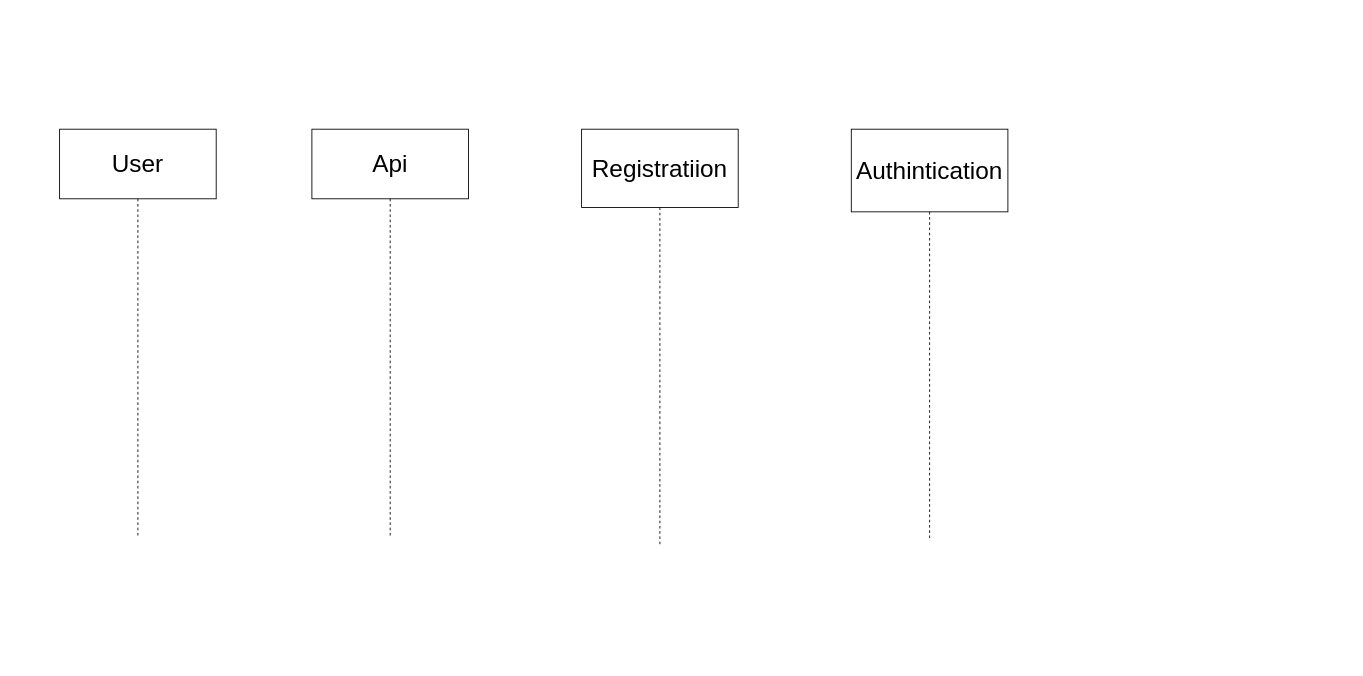
This is page "Page-1" (1 of 3) of sequencediagram.drawio from Fatema-A-Ferdaus/se231, a draw.io file, before an edit. Source tidied: cells renumbered, new cells numbered last; positions are measured from the earlier drawing's top-left corner, leaving out a move shared by most shapes. Both pictures are drawn from the tidied source at 87%, with x=0, y=0 at pixel (59, 129).
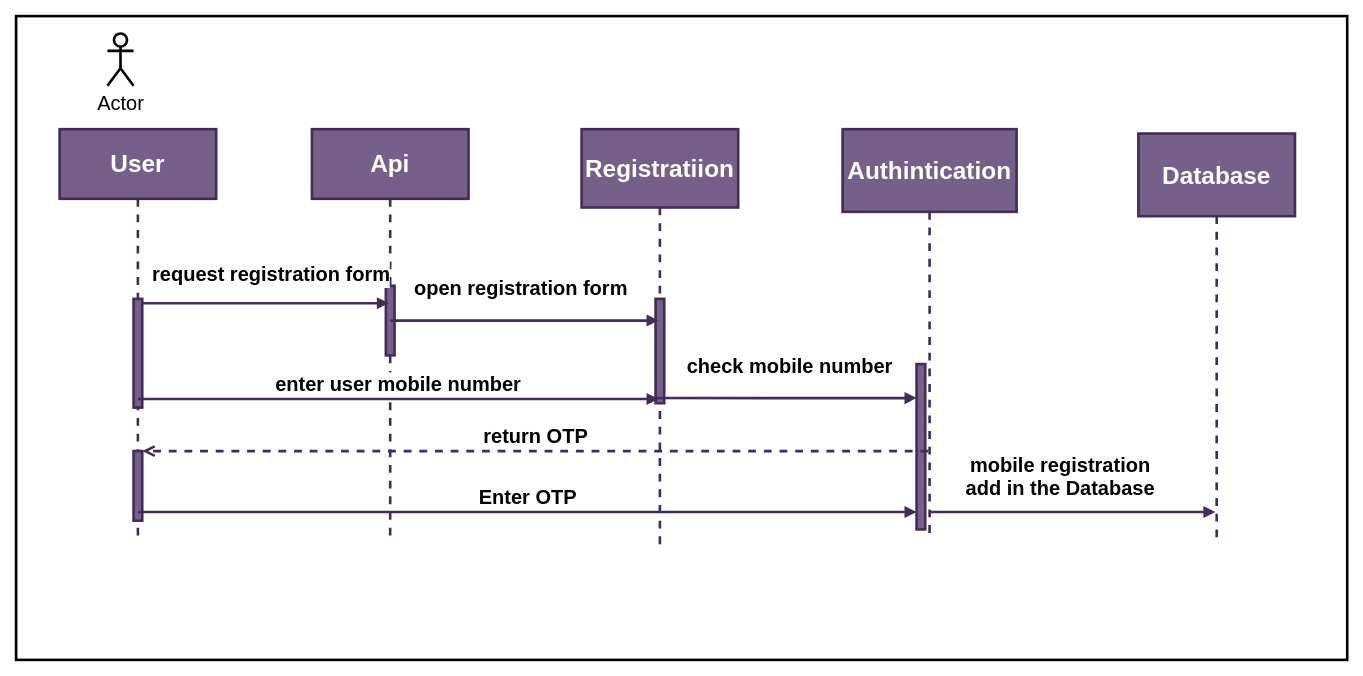
The same diagram, later.

Change to the diagram source:
```diff
@@
-    <mxCell id="2" value="User" style="shape=umlLifeline;perimeter=lifelinePerimeter;whiteSpace=wrap;html=1;outlineConnect=0;fontSize=28;size=80;" parent="1" vertex="1">
+    <mxCell id="2" value="&lt;b&gt;User&lt;/b&gt;" style="shape=umlLifeline;perimeter=lifelinePerimeter;whiteSpace=wrap;html=1;outlineConnect=0;fontSize=28;size=80;strokeWidth=3;fillColor=#76608a;strokeColor=#432D57;fontColor=#ffffff;" parent="1" vertex="1">
       <mxGeometry width="180" height="470" as="geometry" />
     </mxCell>
+    <mxCell id="6" style="html=1;points=[];perimeter=orthogonalPerimeter;fontSize=23;strokeWidth=3;fillColor=#76608a;strokeColor=#432D57;fontColor=#ffffff;" parent="2" vertex="1">
+      <mxGeometry x="85" y="370" width="10" height="80" as="geometry" />
+    </mxCell>
-    <mxCell id="3" value="Api" style="shape=umlLifeline;perimeter=lifelinePerimeter;whiteSpace=wrap;html=1;outlineConnect=0;fontSize=28;size=80;" parent="1" vertex="1">
+    <mxCell id="3" value="&lt;b&gt;Api&lt;/b&gt;" style="shape=umlLifeline;perimeter=lifelinePerimeter;whiteSpace=wrap;html=1;outlineConnect=0;fontSize=28;size=80;strokeWidth=3;fillColor=#76608a;strokeColor=#432D57;fontColor=#ffffff;" parent="1" vertex="1">
       <mxGeometry x="290" width="180" height="470" as="geometry" />
     </mxCell>
+    <mxCell id="7" style="html=1;perimeter=orthogonalPerimeter;fontSize=23;strokeWidth=3;fillColor=#76608a;strokeColor=#432D57;fontColor=#ffffff;" parent="3" vertex="1">
+      <mxGeometry x="85" y="180" width="10" height="80" as="geometry" />
+    </mxCell>
-    <mxCell id="4" value="Registratiion" style="shape=umlLifeline;perimeter=lifelinePerimeter;whiteSpace=wrap;html=1;outlineConnect=0;fontSize=28;size=90;" parent="1" vertex="1">
+    <mxCell id="4" value="&lt;b&gt;Registratiion&lt;/b&gt;" style="shape=umlLifeline;perimeter=lifelinePerimeter;whiteSpace=wrap;html=1;outlineConnect=0;fontSize=28;size=90;strokeWidth=3;fillColor=#76608a;strokeColor=#432D57;fontColor=#ffffff;" parent="1" vertex="1">
       <mxGeometry x="600" width="180" height="480" as="geometry" />
     </mxCell>
+    <mxCell id="8" style="html=1;perimeter=orthogonalPerimeter;fontSize=23;strokeWidth=3;fillColor=#76608a;strokeColor=#432D57;fontColor=#ffffff;" parent="4" vertex="1">
+      <mxGeometry x="85" y="195" width="10" height="120" as="geometry" />
+    </mxCell>
-    <mxCell id="5" value="Authintication " style="shape=umlLifeline;perimeter=lifelinePerimeter;whiteSpace=wrap;html=1;outlineConnect=0;fontSize=28;size=95;" parent="1" vertex="1">
-      <mxGeometry x="910" width="180" height="470" as="geometry" />
+    <mxCell id="5" value="&lt;b&gt;Authintication &lt;/b&gt;" style="shape=umlLifeline;perimeter=lifelinePerimeter;whiteSpace=wrap;html=1;outlineConnect=0;fontSize=28;size=95;strokeWidth=3;fillColor=#76608a;strokeColor=#432D57;fontColor=#ffffff;" parent="1" vertex="1">
+      <mxGeometry x="900" width="200" height="470" as="geometry" />
     </mxCell>
+    <mxCell id="9" style="html=1;points=[];perimeter=orthogonalPerimeter;fontSize=23;strokeWidth=3;fillColor=#76608a;strokeColor=#432D57;fontColor=#ffffff;" parent="5" vertex="1">
+      <mxGeometry x="85" y="270" width="10" height="190" as="geometry" />
+    </mxCell>
+    <mxCell id="10" value="&lt;b&gt;check mobile number&lt;/b&gt;" style="html=1;verticalAlign=bottom;endArrow=block;rounded=0;fontSize=23;fillColor=#76608a;strokeColor=#432D57;strokeWidth=3;" parent="5" edge="1">
+      <mxGeometry x="0.45" y="19" relative="1" as="geometry">
+        <mxPoint x="5" y="309.1" as="sourcePoint" />
+        <mxPoint x="85" y="309.1" as="targetPoint" />
+        <Array as="points">
+          <mxPoint x="-220" y="309" />
+        </Array>
+      </mxGeometry>
+    </mxCell>
+    <mxCell id="11" value="&lt;b&gt;Database&lt;/b&gt;" style="shape=umlLifeline;perimeter=lifelinePerimeter;whiteSpace=wrap;html=1;outlineConnect=0;fontSize=28;size=95;strokeWidth=3;fillColor=#76608a;strokeColor=#432D57;fontColor=#ffffff;" parent="1" vertex="1">
+      <mxGeometry x="1240" y="5" width="180" height="470" as="geometry" />
+    </mxCell>
+    <mxCell id="12" value="&lt;b&gt;&lt;font style=&quot;font-size: 23px&quot;&gt;request registration form&lt;/font&gt;&lt;/b&gt;" style="html=1;verticalAlign=bottom;endArrow=block;rounded=0;fontSize=28;startArrow=none;fillColor=#76608a;strokeColor=#432D57;strokeWidth=3;" parent="1" edge="1" source="13" target="3">
+      <mxGeometry x="0.04" y="15" relative="1" as="geometry">
+        <Array as="points">
+          <mxPoint x="230" y="200" />
+        </Array>
+        <mxPoint x="1" as="offset" />
+      </mxGeometry>
+    </mxCell>
+    <mxCell id="13" style="html=1;points=[];perimeter=orthogonalPerimeter;fontSize=23;strokeWidth=3;fillColor=#76608a;strokeColor=#432D57;fontColor=#ffffff;" parent="1" vertex="1">
+      <mxGeometry x="85" y="195" width="10" height="125" as="geometry" />
+    </mxCell>
+    <mxCell id="14" style="html=1;verticalAlign=bottom;endArrow=none;rounded=0;fontSize=28;fillColor=#76608a;strokeColor=#432D57;strokeWidth=3;" parent="1" edge="1" source="2" target="13">
+      <mxGeometry x="0.04" y="15" relative="1" as="geometry">
+        <mxPoint x="1" as="offset" />
+      </mxGeometry>
+    </mxCell>
+    <mxCell id="15" value="&lt;b&gt;open registration form &lt;/b&gt;" style="html=1;verticalAlign=bottom;endArrow=block;rounded=0;fontSize=23;fillColor=#76608a;strokeColor=#432D57;strokeWidth=3;" parent="1" edge="1" target="4">
+      <mxGeometry x="-0.03" y="20" relative="1" as="geometry">
+        <mxPoint x="380" y="220" as="sourcePoint" />
+        <Array as="points">
+          <mxPoint x="530" y="220" />
+        </Array>
+      </mxGeometry>
+    </mxCell>
+    <mxCell id="16" value="&lt;b&gt;enter user mobile number&lt;/b&gt;" style="html=1;verticalAlign=bottom;endArrow=block;rounded=0;fontSize=23;exitX=0.5;exitY=0.66;exitDx=0;exitDy=0;exitPerimeter=0;fillColor=#76608a;strokeColor=#432D57;strokeWidth=3;" parent="1" edge="1" source="2" target="4">
+      <mxGeometry relative="1" as="geometry" />
+    </mxCell>
+    <mxCell id="17" value="&lt;b&gt;return OTP&lt;/b&gt;" style="html=1;verticalAlign=bottom;endArrow=open;dashed=1;endSize=8;rounded=0;fontSize=23;fillColor=#76608a;strokeColor=#432D57;strokeWidth=3;" parent="1" edge="1" source="5" target="6">
+      <mxGeometry relative="1" as="geometry" />
+    </mxCell>
+    <mxCell id="18" value="&lt;b&gt;Enter OTP&lt;/b&gt;" style="html=1;verticalAlign=bottom;endArrow=block;rounded=0;fontSize=23;fillColor=#76608a;strokeColor=#432D57;strokeWidth=3;" parent="1" edge="1" source="2" target="9">
+      <mxGeometry relative="1" as="geometry">
+        <Array as="points">
+          <mxPoint x="100" y="440" />
+        </Array>
+      </mxGeometry>
+    </mxCell>
+    <mxCell id="19" value="&lt;div&gt;&lt;b&gt;mobile registration &lt;br&gt;&lt;/b&gt;&lt;/div&gt;&lt;div&gt;&lt;b&gt;add in the Database&lt;/b&gt;&lt;/div&gt;" style="html=1;verticalAlign=bottom;endArrow=block;rounded=0;fontSize=23;fillColor=#76608a;strokeColor=#432D57;strokeWidth=3;" parent="1" edge="1" source="5" target="11">
+      <mxGeometry x="-0.09" y="10" relative="1" as="geometry">
+        <Array as="points">
+          <mxPoint x="1060" y="440" />
+        </Array>
+      </mxGeometry>
+    </mxCell>
+    <mxCell id="20" style="rounded=0;whiteSpace=wrap;html=1;fontSize=23;strokeWidth=3;fillColor=none;" parent="1" vertex="1">
+      <mxGeometry x="-50" y="-130" width="1530" height="740" as="geometry" />
+    </mxCell>
+    <mxCell id="21" value="Actor" style="shape=umlActor;verticalLabelPosition=bottom;verticalAlign=top;html=1;fontSize=23;strokeWidth=3;fillColor=none;" parent="1" vertex="1">
+      <mxGeometry x="55" y="-110" width="30" height="60" as="geometry" />
+    </mxCell>
```
